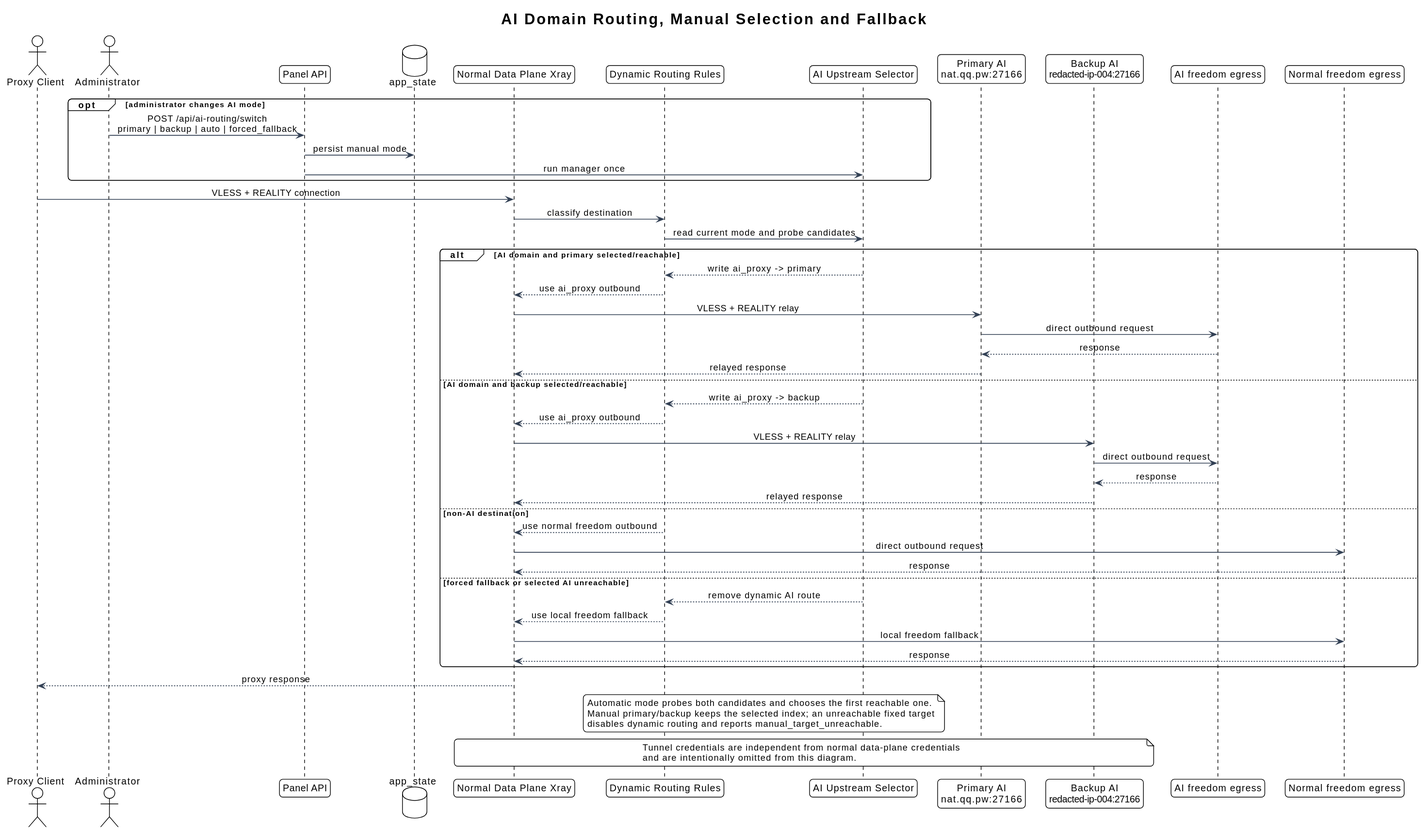
i-zrhe2016/ai-routing-panel keeps this PlantUML diagram as docs/diagrams/ai-routing-flow.svg. Above is the earlier version.
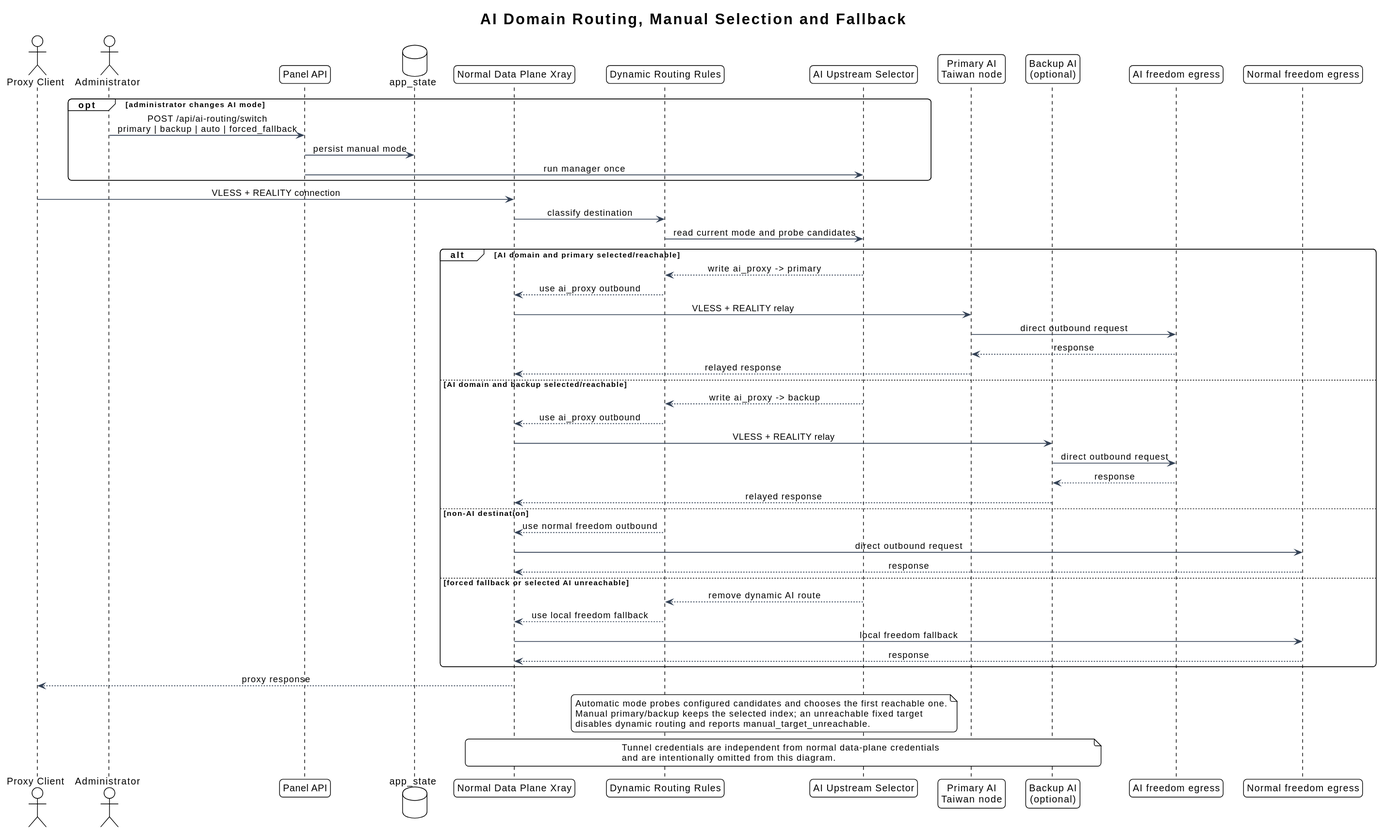
Above is the later version.

Diff of the diagram source:
```diff
@@ -18,8 +18,8 @@
 participant "Normal Data Plane Xray" as normal
 participant "Dynamic Routing Rules" as rules
 participant "AI Upstream Selector" as selector
-participant "Primary AI\nnat.qq.pw:27166" as primary
-participant "Backup AI\n100.87.76.6:27166" as backup
+participant "Primary AI\nTaiwan node" as primary
+participant "Backup AI\n(optional)" as backup
 participant "AI freedom egress" as egress
 participant "Normal freedom egress" as fallback
 
@@ -61,7 +61,7 @@
 normal --> client : proxy response
 
 note over selector,rules
-  Automatic mode probes both candidates and chooses the first reachable one.
+  Automatic mode probes configured candidates and chooses the first reachable one.
   Manual primary/backup keeps the selected index; an unreachable fixed target
   disables dynamic routing and reports manual_target_unreachable.
 end note
```
